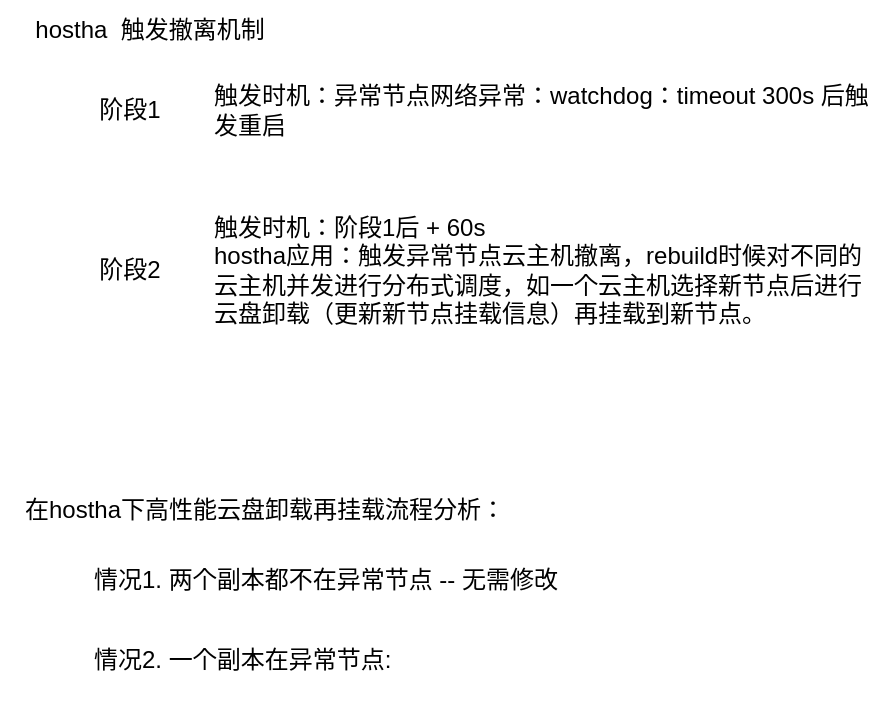
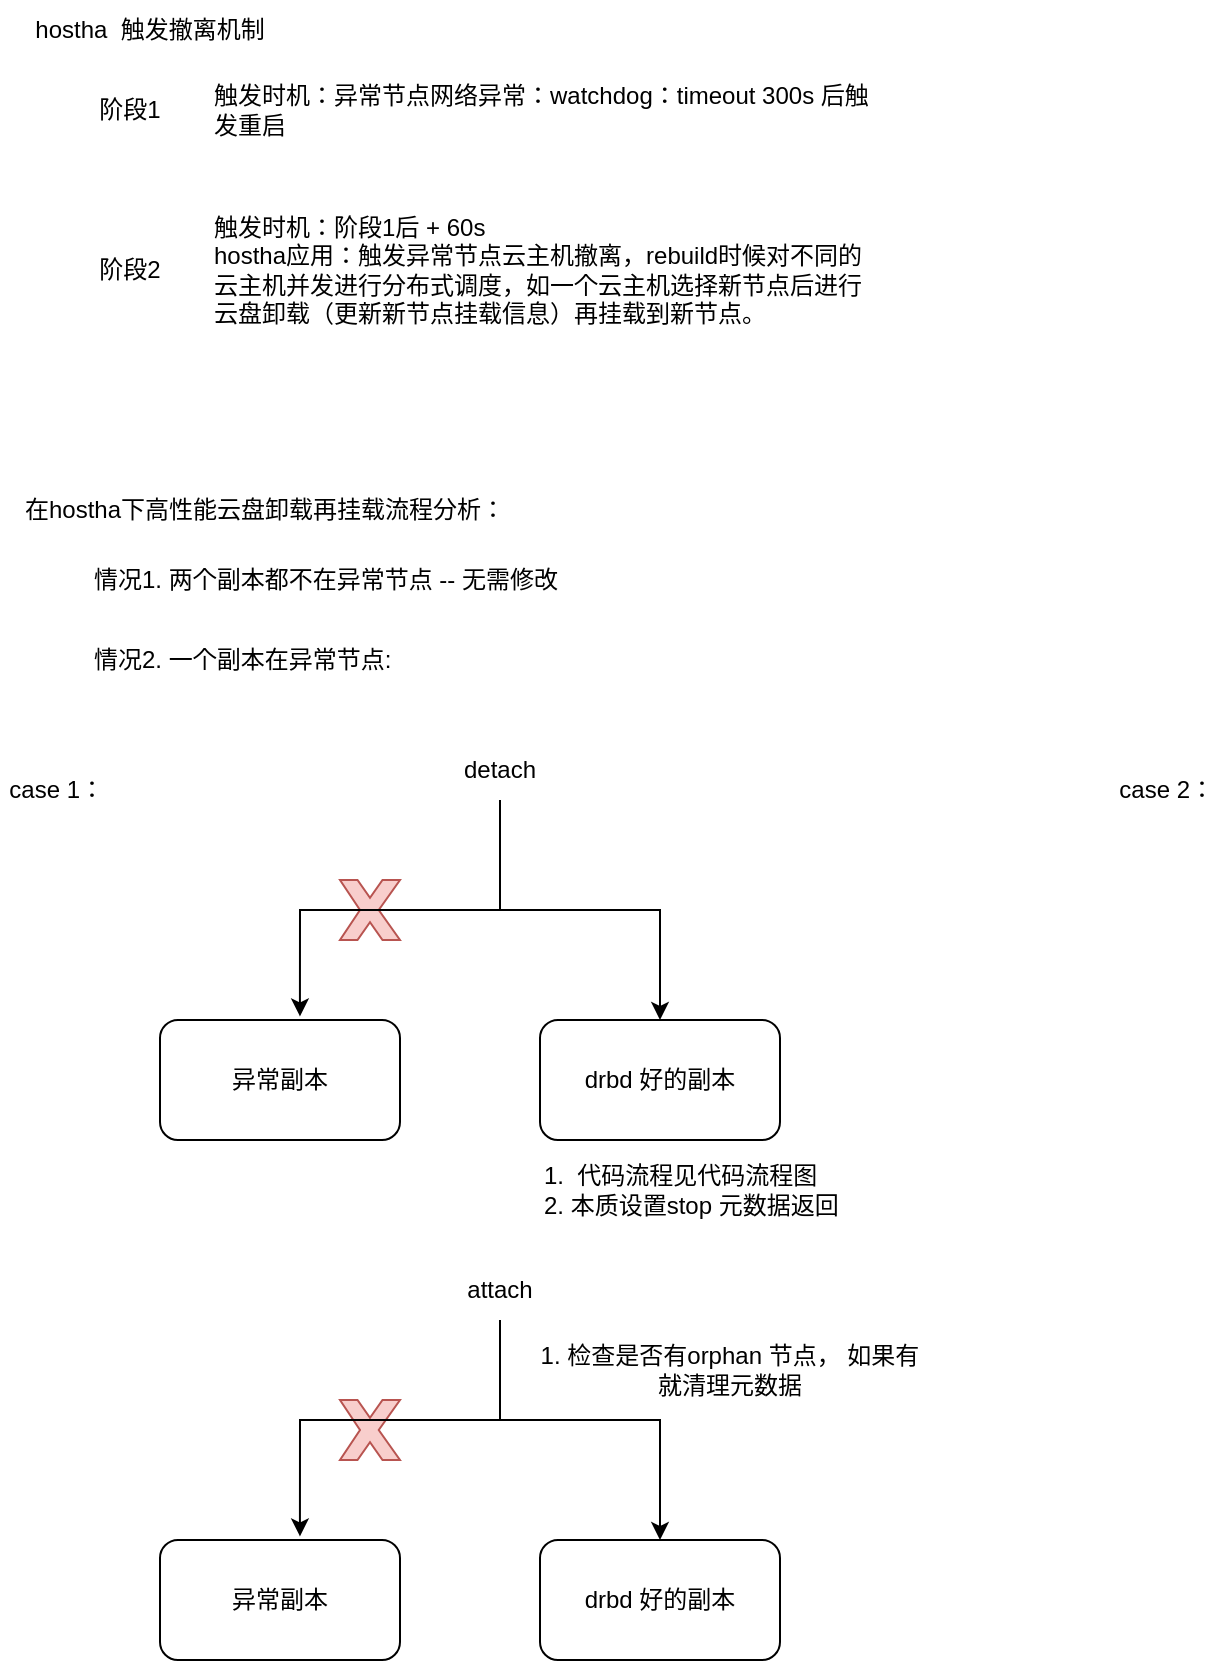
<mxfile host="app.diagrams.net" agent="Mozilla/5.0 (X11; Linux x86_64) AppleWebKit/537.36 (KHTML, like Gecko) Chrome/145.0.0.0 Safari/537.36">
  <diagram name="第 1 页" id="WLB_IpJYPBpg_R9iINLj">
    <mxGraphModel dx="1042" dy="646" grid="1" gridSize="10" guides="1" tooltips="1" connect="1" arrows="1" fold="1" page="1" pageScale="1" pageWidth="827" pageHeight="1169" math="0" shadow="0">
      <root>
        <mxCell id="0" />
        <mxCell id="1" parent="0" />
        <mxCell id="_Ufxnp0aobVkOo58oasB-13" parent="1" style="text;html=1;whiteSpace=wrap;strokeColor=none;fillColor=none;align=center;verticalAlign=middle;rounded=0;" value="hostha&amp;nbsp; 触发撤离机制" vertex="1">
          <mxGeometry height="30" width="120" x="70" y="20" as="geometry" />
        </mxCell>
        <mxCell id="_Ufxnp0aobVkOo58oasB-15" parent="1" style="text;html=1;whiteSpace=wrap;strokeColor=none;fillColor=none;align=center;verticalAlign=middle;rounded=0;" value="阶段1" vertex="1">
          <mxGeometry height="30" width="60" x="90" y="60" as="geometry" />
        </mxCell>
        <mxCell id="_Ufxnp0aobVkOo58oasB-16" parent="1" style="text;html=1;whiteSpace=wrap;strokeColor=none;fillColor=none;align=center;verticalAlign=middle;rounded=0;" value="阶段2" vertex="1">
          <mxGeometry height="30" width="60" x="90" y="140" as="geometry" />
        </mxCell>
        <mxCell id="_Ufxnp0aobVkOo58oasB-17" parent="1" style="text;html=1;whiteSpace=wrap;strokeColor=none;fillColor=none;align=left;verticalAlign=middle;rounded=0;" value="触发时机：异常节点网络异常：watchdog：timeout 300s 后触发重启" vertex="1">
          <mxGeometry height="50" width="330" x="160" y="50" as="geometry" />
        </mxCell>
        <mxCell id="_Ufxnp0aobVkOo58oasB-18" parent="1" style="text;html=1;whiteSpace=wrap;strokeColor=none;fillColor=none;align=left;verticalAlign=middle;rounded=0;" value="触发时机：阶段1后 + 60s&lt;br&gt;hostha应用：触发异常节点云主机撤离，rebuild时候对不同的云主机并发进行分布式调度，如一个云主机选择新节点后进行云盘卸载（更新新节点挂载信息）再挂载到新节点。" vertex="1">
          <mxGeometry height="50" width="330" x="160" y="130" as="geometry" />
        </mxCell>
        <mxCell id="_Ufxnp0aobVkOo58oasB-19" parent="1" style="text;html=1;whiteSpace=wrap;strokeColor=none;fillColor=none;align=center;verticalAlign=middle;rounded=0;" value="在hostha下高性能云盘卸载再挂载流程分析：" vertex="1">
          <mxGeometry height="30" width="265" x="55" y="260" as="geometry" />
        </mxCell>
        <mxCell id="_Ufxnp0aobVkOo58oasB-20" parent="1" style="text;html=1;whiteSpace=wrap;strokeColor=none;fillColor=none;align=left;verticalAlign=middle;rounded=0;" value="情况1. 两个副本都不在异常节点 -- 无需修改" vertex="1">
          <mxGeometry height="40" width="340" x="100" y="290" as="geometry" />
        </mxCell>
        <mxCell id="_Ufxnp0aobVkOo58oasB-21" parent="1" style="text;html=1;whiteSpace=wrap;strokeColor=none;fillColor=none;align=left;verticalAlign=middle;rounded=0;" value="&lt;div style=&quot;&quot;&gt;&lt;span style=&quot;background-color: transparent; color: light-dark(rgb(0, 0, 0), rgb(255, 255, 255));&quot;&gt;情况2. 一个副本在异常节点:&amp;nbsp;&lt;/span&gt;&lt;/div&gt;" vertex="1">
          <mxGeometry height="40" width="310" x="100" y="330" as="geometry" />
        </mxCell>
+         <mxCell id="fCMbRvaDpKP1Wld_WHLn-1" parent="1" style="rounded=1;whiteSpace=wrap;html=1;" value="异常副本" vertex="1">
+           <mxGeometry height="60" width="120" x="135" y="530" as="geometry" />
+         </mxCell>
+         <mxCell id="fCMbRvaDpKP1Wld_WHLn-2" parent="1" style="rounded=1;whiteSpace=wrap;html=1;" value="drbd 好的副本" vertex="1">
+           <mxGeometry height="60" width="120" x="325" y="530" as="geometry" />
+         </mxCell>
+         <mxCell id="fCMbRvaDpKP1Wld_WHLn-5" edge="1" parent="1" source="fCMbRvaDpKP1Wld_WHLn-4" style="edgeStyle=orthogonalEdgeStyle;rounded=0;orthogonalLoop=1;jettySize=auto;html=1;" target="fCMbRvaDpKP1Wld_WHLn-2">
+           <mxGeometry relative="1" as="geometry">
+             <Array as="points">
+               <mxPoint x="305" y="475" />
+               <mxPoint x="385" y="475" />
+             </Array>
+           </mxGeometry>
+         </mxCell>
+         <mxCell id="fCMbRvaDpKP1Wld_WHLn-4" parent="1" style="text;html=1;whiteSpace=wrap;strokeColor=none;fillColor=none;align=center;verticalAlign=middle;rounded=0;" value="detach" vertex="1">
+           <mxGeometry height="30" width="60" x="275" y="390" as="geometry" />
+         </mxCell>
+         <mxCell id="fCMbRvaDpKP1Wld_WHLn-7" parent="1" style="verticalLabelPosition=bottom;verticalAlign=top;html=1;shape=mxgraph.basic.x;fillColor=#f8cecc;strokeColor=#b85450;" value="" vertex="1">
+           <mxGeometry height="30" width="30" x="225" y="460" as="geometry" />
+         </mxCell>
+         <mxCell id="fCMbRvaDpKP1Wld_WHLn-11" edge="1" parent="1" source="fCMbRvaDpKP1Wld_WHLn-4" style="edgeStyle=orthogonalEdgeStyle;rounded=0;orthogonalLoop=1;jettySize=auto;html=1;exitX=0.5;exitY=1;exitDx=0;exitDy=0;entryX=0.583;entryY=-0.03;entryDx=0;entryDy=0;entryPerimeter=0;" target="fCMbRvaDpKP1Wld_WHLn-1">
+           <mxGeometry relative="1" as="geometry" />
+         </mxCell>
+         <mxCell id="fCMbRvaDpKP1Wld_WHLn-12" parent="1" style="text;html=1;whiteSpace=wrap;strokeColor=none;fillColor=none;align=center;verticalAlign=middle;rounded=0;" value="case 1：&amp;nbsp;" vertex="1">
+           <mxGeometry height="30" width="60" x="55" y="400" as="geometry" />
+         </mxCell>
+         <mxCell id="fCMbRvaDpKP1Wld_WHLn-13" parent="1" style="text;html=1;whiteSpace=wrap;strokeColor=none;fillColor=none;align=center;verticalAlign=middle;rounded=0;" value="case 2：&amp;nbsp;" vertex="1">
+           <mxGeometry height="30" width="60" x="610" y="400" as="geometry" />
+         </mxCell>
+         <mxCell id="fCMbRvaDpKP1Wld_WHLn-14" parent="1" style="text;html=1;whiteSpace=wrap;strokeColor=none;fillColor=none;align=left;verticalAlign=middle;rounded=0;" value="1.&amp;nbsp; 代码流程见代码流程图&lt;br&gt;2. 本质设置stop 元数据返回" vertex="1">
+           <mxGeometry height="30" width="190" x="325" y="600" as="geometry" />
+         </mxCell>
+         <mxCell id="fCMbRvaDpKP1Wld_WHLn-15" parent="1" style="text;html=1;whiteSpace=wrap;strokeColor=none;fillColor=none;align=center;verticalAlign=middle;rounded=0;" value="attach" vertex="1">
+           <mxGeometry height="30" width="60" x="275" y="650" as="geometry" />
+         </mxCell>
+         <mxCell id="fCMbRvaDpKP1Wld_WHLn-18" parent="1" style="rounded=1;whiteSpace=wrap;html=1;" value="异常副本" vertex="1">
+           <mxGeometry height="60" width="120" x="135" y="790" as="geometry" />
+         </mxCell>
+         <mxCell id="fCMbRvaDpKP1Wld_WHLn-19" parent="1" style="rounded=1;whiteSpace=wrap;html=1;" value="drbd 好的副本" vertex="1">
+           <mxGeometry height="60" width="120" x="325" y="790" as="geometry" />
+         </mxCell>
+         <mxCell id="fCMbRvaDpKP1Wld_WHLn-20" edge="1" parent="1" style="edgeStyle=orthogonalEdgeStyle;rounded=0;orthogonalLoop=1;jettySize=auto;html=1;" target="fCMbRvaDpKP1Wld_WHLn-19">
+           <mxGeometry relative="1" as="geometry">
+             <Array as="points">
+               <mxPoint x="305" y="730" />
+               <mxPoint x="385" y="730" />
+             </Array>
+             <mxPoint x="305" y="680" as="sourcePoint" />
+           </mxGeometry>
+         </mxCell>
+         <mxCell id="fCMbRvaDpKP1Wld_WHLn-22" parent="1" style="verticalLabelPosition=bottom;verticalAlign=top;html=1;shape=mxgraph.basic.x;fillColor=#f8cecc;strokeColor=#b85450;" value="" vertex="1">
+           <mxGeometry height="30" width="30" x="225" y="720" as="geometry" />
+         </mxCell>
+         <mxCell id="fCMbRvaDpKP1Wld_WHLn-23" edge="1" parent="1" style="edgeStyle=orthogonalEdgeStyle;rounded=0;orthogonalLoop=1;jettySize=auto;html=1;exitX=0.5;exitY=1;exitDx=0;exitDy=0;entryX=0.583;entryY=-0.03;entryDx=0;entryDy=0;entryPerimeter=0;" target="fCMbRvaDpKP1Wld_WHLn-18">
+           <mxGeometry relative="1" as="geometry">
+             <Array as="points">
+               <mxPoint x="305" y="730" />
+               <mxPoint x="205" y="730" />
+             </Array>
+             <mxPoint x="305" y="680" as="sourcePoint" />
+           </mxGeometry>
+         </mxCell>
+         <mxCell id="fCMbRvaDpKP1Wld_WHLn-24" parent="1" style="text;html=1;whiteSpace=wrap;strokeColor=none;fillColor=none;align=center;verticalAlign=middle;rounded=0;" value="1. 检查是否有orphan 节点， 如果有就清理元数据" vertex="1">
+           <mxGeometry height="50" width="200" x="320" y="680" as="geometry" />
+         </mxCell>
      </root>
    </mxGraphModel>
  </diagram>
</mxfile>
